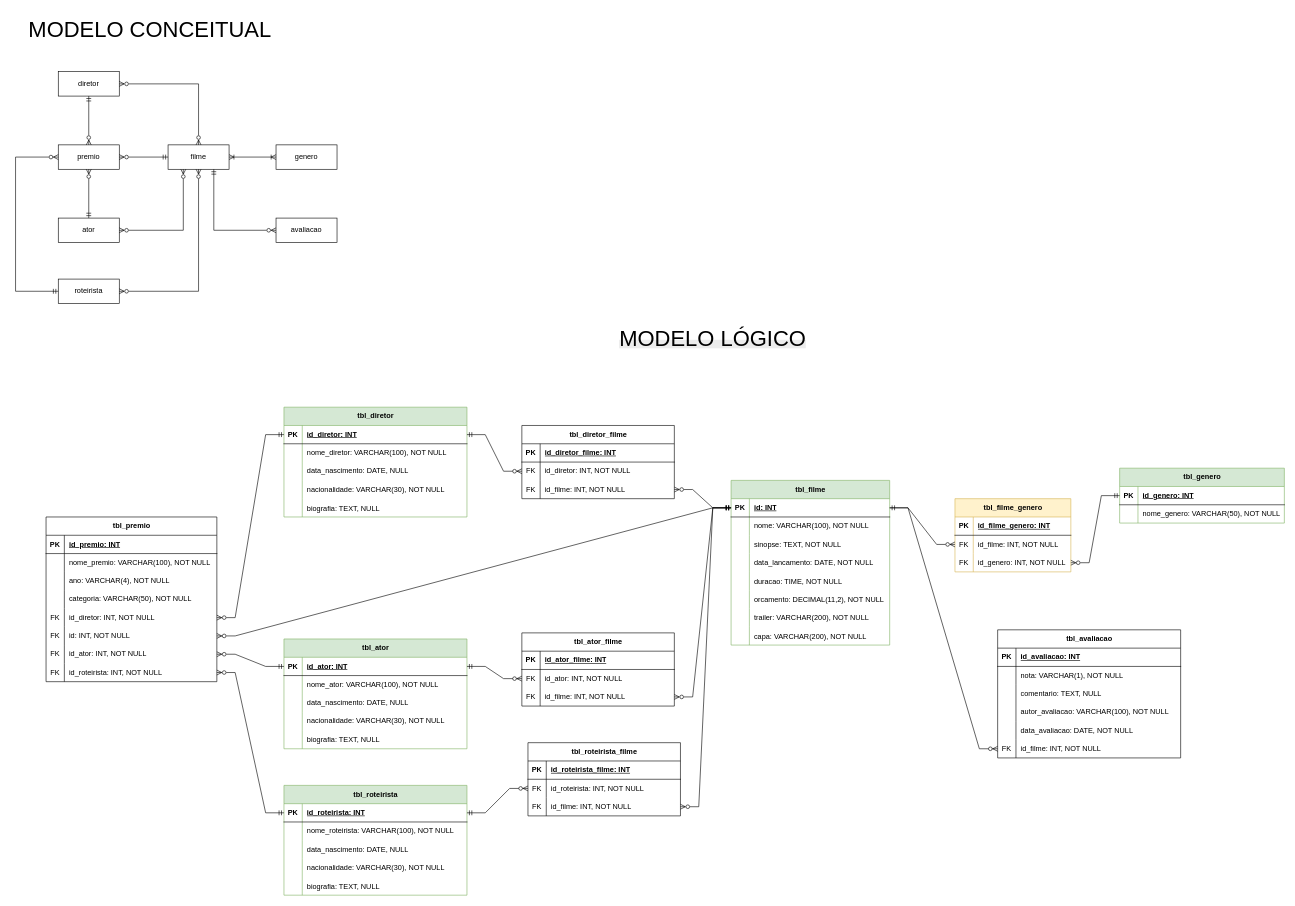
marcelo23vds/api-locadora keeps this draw.io diagram as database/modelagem-db-locadora.drawio. Above is the earlier version. Source tidied: cells renumbered, new cells numbered last; positions are measured from the earlier drawing's top-left corner, leaving out a move shared by most shapes. Both pictures are drawn from the tidied source at 61%, with x=0, y=0 at pixel (15, 10).
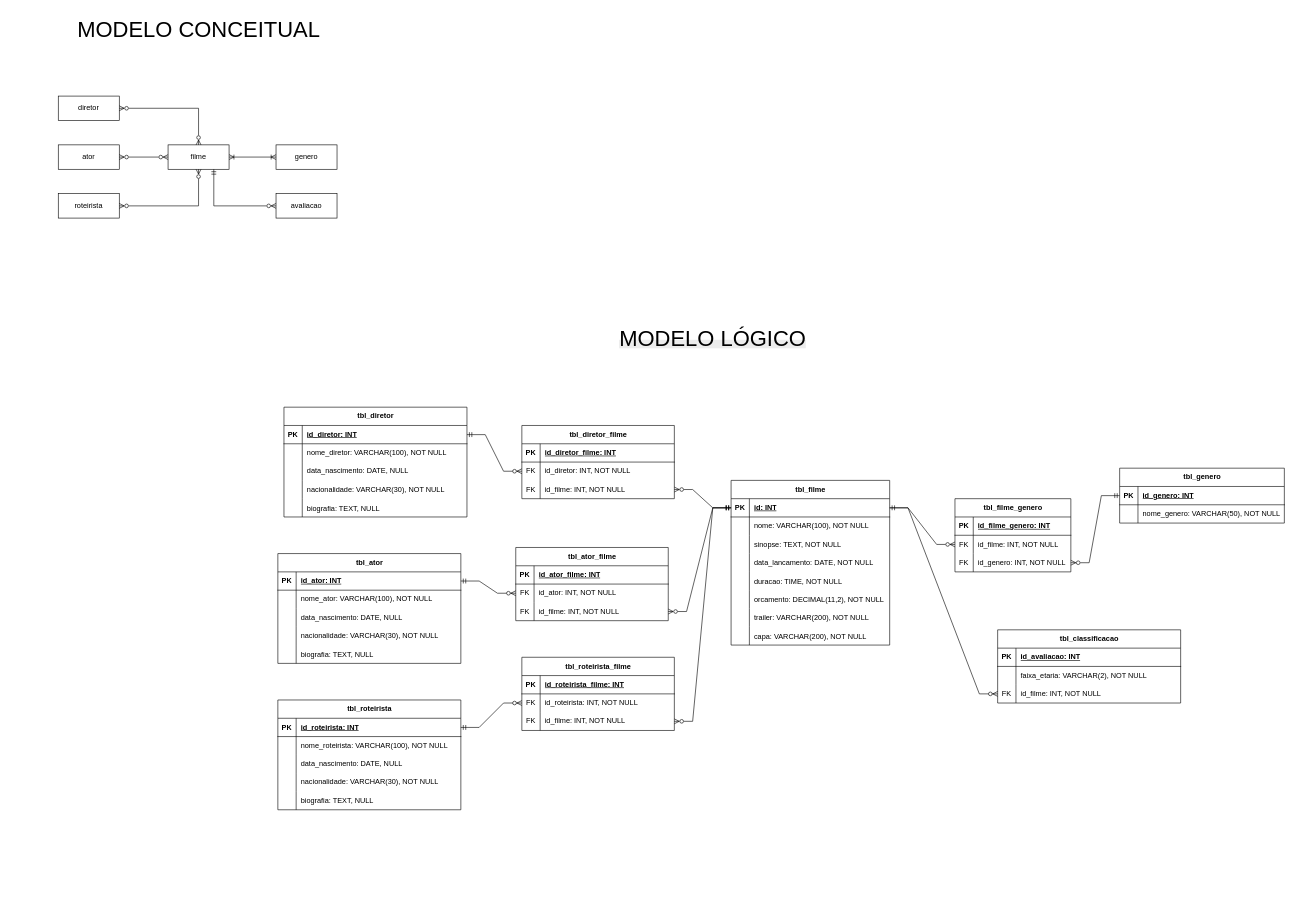
The same diagram, later.

Unchanged cells that the change refers to:
```xml
<mxCell id="2" value="filme" style="whiteSpace=wrap;html=1;align=center;" parent="1" vertex="1">
  <mxGeometry x="250" y="220" width="100" height="40" as="geometry" />
</mxCell>
<mxCell id="14" style="shape=tableRow;horizontal=0;startSize=0;swimlaneHead=0;swimlaneBody=0;fillColor=none;points=[[0,0.5],[1,0.5]];portConstraint=eastwest;top=0;left=0;right=0;bottom=1;" parent="13" vertex="1">
  <mxGeometry y="30" width="260" height="30" as="geometry" />
</mxCell>
<mxCell id="65" style="shape=tableRow;horizontal=0;startSize=0;swimlaneHead=0;swimlaneBody=0;fillColor=none;points=[[0,0.5],[1,0.5]];portConstraint=eastwest;top=0;left=0;right=0;bottom=1;" parent="64" vertex="1">
  <mxGeometry y="30" width="300" height="30" as="geometry" />
</mxCell>
<mxCell id="91" style="shape=tableRow;horizontal=0;startSize=0;swimlaneHead=0;swimlaneBody=0;fillColor=none;top=0;left=0;right=0;bottom=0;" parent="87" vertex="1">
  <mxGeometry y="60" width="300" height="30" as="geometry" />
</mxCell>
<mxCell id="133" style="shape=tableRow;horizontal=0;startSize=0;swimlaneHead=0;swimlaneBody=0;fillColor=none;points=[[0,0.5],[1,0.5]];portConstraint=eastwest;top=0;left=0;right=0;bottom=1;" parent="132" vertex="1">
  <mxGeometry y="30" width="300" height="30" as="geometry" />
</mxCell>
<mxCell id="169" style="shape=tableRow;horizontal=0;startSize=0;swimlaneHead=0;swimlaneBody=0;fillColor=none;points=[[0,0.5],[1,0.5]];portConstraint=eastwest;top=0;left=0;right=0;bottom=1;" parent="168" vertex="1">
  <mxGeometry y="30" width="300" height="30" as="geometry" />
</mxCell>
```

What changed in the source:
```diff
@@
     <mxCell id="3" value="ator" style="whiteSpace=wrap;html=1;align=center;" parent="1" vertex="1">
-      <mxGeometry x="70" y="340" width="100" height="40" as="geometry" />
+      <mxGeometry x="70" y="220" width="100" height="40" as="geometry" />
     </mxCell>
@@
-    <mxCell id="5" value="premio" style="whiteSpace=wrap;html=1;align=center;" parent="1" vertex="1">
-      <mxGeometry x="70" y="220" width="100" height="40" as="geometry" />
-    </mxCell>
     <mxCell id="6" value="avaliacao" style="whiteSpace=wrap;html=1;align=center;" parent="1" vertex="1">
-      <mxGeometry x="427" y="340" width="100" height="40" as="geometry" />
+      <mxGeometry x="427" y="300" width="100" height="40" as="geometry" />
     </mxCell>
-    <mxCell id="7" style="endArrow=ERzeroToMany;html=1;rounded=0;startArrow=ERmandOne;startFill=0;endFill=0;" parent="1" edge="1" source="2" target="5">
-      <mxGeometry relative="1" as="geometry" />
-    </mxCell>
-    <mxCell id="8" style="endArrow=ERmandOne;html=1;rounded=0;startArrow=ERzeroToMany;startFill=0;endFill=0;" parent="1" edge="1" source="5" target="3">
-      <mxGeometry relative="1" as="geometry" />
-    </mxCell>
-    <mxCell id="9" style="endArrow=ERzeroToMany;html=1;rounded=0;startArrow=ERzeroToMany;startFill=0;endFill=0;entryX=0.25;entryY=1;entryDx=0;entryDy=0;" parent="1" edge="1" source="3" target="2">
-      <mxGeometry relative="1" as="geometry">
-        <Array as="points">
-          <mxPoint x="275" y="360" />
-        </Array>
-      </mxGeometry>
+    <mxCell id="9" style="endArrow=ERzeroToMany;html=1;rounded=0;startArrow=ERzeroToMany;startFill=0;endFill=0;" parent="1" edge="1" source="3" target="2">
+      <mxGeometry relative="1" as="geometry" />
     </mxCell>
     <mxCell id="10" style="endArrow=ERzeroToMany;html=1;rounded=0;startArrow=ERmandOne;startFill=0;endFill=0;exitX=0.75;exitY=1;exitDx=0;exitDy=0;" parent="1" edge="1" source="2" target="6">
       <mxGeometry relative="1" as="geometry">
         <Array as="points">
-          <mxPoint x="325" y="360" />
+          <mxPoint x="325" y="320" />
         </Array>
       </mxGeometry>
     </mxCell>
@@
     <mxCell id="12" value="&lt;font style=&quot;font-size: 36px;&quot;&gt;MODELO CONCEITUAL&lt;/font&gt;" style="text;html=1;align=center;verticalAlign=middle;strokeColor=none;fillColor=none;" parent="1" vertex="1">
-      <mxGeometry x="10" width="420" height="60" as="geometry" />
+      <mxGeometry x="90" width="420" height="60" as="geometry" />
     </mxCell>
-    <mxCell id="13" value="tbl_filme" style="shape=table;startSize=30;childLayout=tableLayout;rowLines=0;fontStyle=1;align=center;html=1;fillColor=#d5e8d4;strokeColor=#82b366;" parent="1" vertex="1">
+    <mxCell id="13" value="tbl_filme" style="shape=table;startSize=30;childLayout=tableLayout;rowLines=0;fontStyle=1;align=center;html=1;" parent="1" vertex="1">
       <mxGeometry x="1173" y="770" width="260" height="270" as="geometry" />
     </mxCell>
@@
-    <mxCell id="39" value="tbl_premio" style="shape=table;startSize=30;childLayout=tableLayout;rowLines=0;fontStyle=1;align=center;html=1;" parent="1" vertex="1">
-      <mxGeometry x="50" y="830" width="280" height="270" as="geometry" />
-    </mxCell>
-    <mxCell id="40" style="shape=tableRow;horizontal=0;startSize=0;swimlaneHead=0;swimlaneBody=0;fillColor=none;top=0;left=0;right=0;bottom=1;" parent="39" vertex="1">
-      <mxGeometry y="30" width="280" height="30" as="geometry" />
-    </mxCell>
-    <mxCell id="41" value="PK" style="shape=partialRectangle;fillColor=none;top=0;left=0;bottom=0;right=0;fontStyle=1;overflow=hidden;whiteSpace=wrap;html=1;" parent="40" vertex="1">
-      <mxGeometry width="30" height="30" as="geometry" />
-    </mxCell>
-    <mxCell id="42" value="id_premio: INT" style="shape=partialRectangle;fillColor=none;top=0;left=0;bottom=0;right=0;align=left;spacingLeft=6;fontStyle=5;overflow=hidden;whiteSpace=wrap;html=1;" parent="40" vertex="1">
-      <mxGeometry x="30" width="250" height="30" as="geometry" />
-    </mxCell>
-    <mxCell id="43" style="shape=tableRow;horizontal=0;startSize=0;swimlaneHead=0;swimlaneBody=0;fillColor=none;top=0;left=0;right=0;bottom=0;" parent="39" vertex="1">
-      <mxGeometry y="60" width="280" height="30" as="geometry" />
-    </mxCell>
-    <mxCell id="44" style="shape=partialRectangle;fillColor=none;top=0;left=0;bottom=0;right=0;overflow=hidden;whiteSpace=wrap;html=1;" parent="43" vertex="1">
-      <mxGeometry width="30" height="30" as="geometry" />
-    </mxCell>
-    <mxCell id="45" value="nome_premio: VARCHAR(100), NOT NULL" style="shape=partialRectangle;fillColor=none;top=0;left=0;bottom=0;right=0;align=left;spacingLeft=6;overflow=hidden;whiteSpace=wrap;html=1;" parent="43" vertex="1">
-      <mxGeometry x="30" width="250" height="30" as="geometry" />
-    </mxCell>
-    <mxCell id="46" style="shape=tableRow;horizontal=0;startSize=0;swimlaneHead=0;swimlaneBody=0;fillColor=none;top=0;left=0;right=0;bottom=0;" parent="39" vertex="1">
-      <mxGeometry y="90" width="280" height="30" as="geometry" />
-    </mxCell>
-    <mxCell id="47" style="shape=partialRectangle;fillColor=none;top=0;left=0;bottom=0;right=0;overflow=hidden;whiteSpace=wrap;html=1;" parent="46" vertex="1">
-      <mxGeometry width="30" height="30" as="geometry" />
-    </mxCell>
-    <mxCell id="48" value="ano: VARCHAR(4), NOT NULL" style="shape=partialRectangle;fillColor=none;top=0;left=0;bottom=0;right=0;align=left;spacingLeft=6;overflow=hidden;whiteSpace=wrap;html=1;" parent="46" vertex="1">
-      <mxGeometry x="30" width="250" height="30" as="geometry" />
-    </mxCell>
-    <mxCell id="49" style="shape=tableRow;horizontal=0;startSize=0;swimlaneHead=0;swimlaneBody=0;fillColor=none;top=0;left=0;right=0;bottom=0;" parent="39" vertex="1">
-      <mxGeometry y="120" width="280" height="30" as="geometry" />
-    </mxCell>
-    <mxCell id="50" style="shape=partialRectangle;fillColor=none;top=0;left=0;bottom=0;right=0;overflow=hidden;whiteSpace=wrap;html=1;" parent="49" vertex="1">
-      <mxGeometry width="30" height="30" as="geometry" />
-    </mxCell>
-    <mxCell id="51" value="categoria: VARCHAR(50), NOT NULL" style="shape=partialRectangle;fillColor=none;top=0;left=0;bottom=0;right=0;align=left;spacingLeft=6;overflow=hidden;whiteSpace=wrap;html=1;" parent="49" vertex="1">
-      <mxGeometry x="30" width="250" height="30" as="geometry" />
-    </mxCell>
-    <mxCell id="52" style="shape=tableRow;horizontal=0;startSize=0;swimlaneHead=0;swimlaneBody=0;fillColor=none;points=[[0,0.5],[1,0.5]];portConstraint=eastwest;top=0;left=0;right=0;bottom=0;" parent="39" vertex="1">
-      <mxGeometry y="150" width="280" height="30" as="geometry" />
-    </mxCell>
-    <mxCell id="53" value="FK" style="shape=partialRectangle;fillColor=none;top=0;left=0;bottom=0;right=0;fontStyle=0;overflow=hidden;whiteSpace=wrap;html=1;" parent="52" vertex="1">
-      <mxGeometry width="30" height="30" as="geometry" />
-    </mxCell>
-    <mxCell id="54" value="id_diretor: INT, NOT NULL" style="shape=partialRectangle;fillColor=none;top=0;left=0;bottom=0;right=0;align=left;spacingLeft=6;fontStyle=0;overflow=hidden;whiteSpace=wrap;html=1;" parent="52" vertex="1">
-      <mxGeometry x="30" width="250" height="30" as="geometry" />
-    </mxCell>
-    <mxCell id="55" style="shape=tableRow;horizontal=0;startSize=0;swimlaneHead=0;swimlaneBody=0;fillColor=none;points=[[0,0.5],[1,0.5]];portConstraint=eastwest;top=0;left=0;right=0;bottom=0;" parent="39" vertex="1">
-      <mxGeometry y="180" width="280" height="30" as="geometry" />
-    </mxCell>
-    <mxCell id="56" value="FK" style="shape=partialRectangle;fillColor=none;top=0;left=0;bottom=0;right=0;fontStyle=0;overflow=hidden;whiteSpace=wrap;html=1;" parent="55" vertex="1">
-      <mxGeometry width="30" height="30" as="geometry" />
-    </mxCell>
-    <mxCell id="57" value="id: INT, NOT NULL" style="shape=partialRectangle;fillColor=none;top=0;left=0;bottom=0;right=0;align=left;spacingLeft=6;fontStyle=0;overflow=hidden;whiteSpace=wrap;html=1;" parent="55" vertex="1">
-      <mxGeometry x="30" width="250" height="30" as="geometry" />
-    </mxCell>
-    <mxCell id="58" style="shape=tableRow;horizontal=0;startSize=0;swimlaneHead=0;swimlaneBody=0;fillColor=none;points=[[0,0.5],[1,0.5]];portConstraint=eastwest;top=0;left=0;right=0;bottom=0;" parent="39" vertex="1">
-      <mxGeometry y="210" width="280" height="30" as="geometry" />
-    </mxCell>
-    <mxCell id="59" value="FK" style="shape=partialRectangle;fillColor=none;top=0;left=0;bottom=0;right=0;fontStyle=0;overflow=hidden;whiteSpace=wrap;html=1;" parent="58" vertex="1">
-      <mxGeometry width="30" height="30" as="geometry" />
-    </mxCell>
-    <mxCell id="60" value="id_ator: INT, NOT NULL" style="shape=partialRectangle;fillColor=none;top=0;left=0;bottom=0;right=0;align=left;spacingLeft=6;fontStyle=0;overflow=hidden;whiteSpace=wrap;html=1;" parent="58" vertex="1">
-      <mxGeometry x="30" width="250" height="30" as="geometry" />
-    </mxCell>
-    <mxCell id="61" style="shape=tableRow;horizontal=0;startSize=0;swimlaneHead=0;swimlaneBody=0;fillColor=none;points=[[0,0.5],[1,0.5]];portConstraint=eastwest;top=0;left=0;right=0;bottom=0;" parent="39" vertex="1">
-      <mxGeometry y="240" width="280" height="30" as="geometry" />
-    </mxCell>
-    <mxCell id="62" value="FK" style="shape=partialRectangle;fillColor=none;top=0;left=0;bottom=0;right=0;fontStyle=0;overflow=hidden;whiteSpace=wrap;html=1;" parent="61" vertex="1">
-      <mxGeometry width="30" height="30" as="geometry" />
-    </mxCell>
-    <mxCell id="63" value="id_roteirista: INT, NOT NULL" style="shape=partialRectangle;fillColor=none;top=0;left=0;bottom=0;right=0;align=left;spacingLeft=6;fontStyle=0;overflow=hidden;whiteSpace=wrap;html=1;" parent="61" vertex="1">
-      <mxGeometry x="30" width="250" height="30" as="geometry" />
-    </mxCell>
-    <mxCell id="64" value="tbl_ator" style="shape=table;startSize=30;childLayout=tableLayout;rowLines=0;fontStyle=1;align=center;html=1;fillColor=#d5e8d4;strokeColor=#82b366;" parent="1" vertex="1">
-      <mxGeometry x="440" y="1030" width="300" height="180" as="geometry" />
+    <mxCell id="64" value="tbl_ator" style="shape=table;startSize=30;childLayout=tableLayout;rowLines=0;fontStyle=1;align=center;html=1;" parent="1" vertex="1">
+      <mxGeometry x="430" y="890" width="300" height="180" as="geometry" />
     </mxCell>
@@
-    <mxCell id="80" value="tbl_genero" style="shape=table;startSize=30;childLayout=tableLayout;rowLines=0;fontStyle=1;align=center;html=1;fillColor=#d5e8d4;strokeColor=#82b366;" parent="1" vertex="1">
+    <mxCell id="80" value="tbl_genero" style="shape=table;startSize=30;childLayout=tableLayout;rowLines=0;fontStyle=1;align=center;html=1;" parent="1" vertex="1">
       <mxGeometry x="1810" y="750" width="270" height="90" as="geometry" />
     </mxCell>
@@
-    <mxCell id="87" value="tbl_avaliacao" style="shape=table;startSize=30;childLayout=tableLayout;rowLines=0;fontStyle=1;align=center;html=1;" parent="1" vertex="1">
-      <mxGeometry x="1610" y="1015" width="300" height="210" as="geometry" />
+    <mxCell id="87" value="tbl_classificacao" style="shape=table;startSize=30;childLayout=tableLayout;rowLines=0;fontStyle=1;align=center;html=1;" parent="1" vertex="1">
+      <mxGeometry x="1610" y="1015" width="300" height="120" as="geometry" />
     </mxCell>
@@
-    <mxCell id="93" value="nota: VARCHAR(1), NOT NULL" style="shape=partialRectangle;fillColor=none;top=0;left=0;bottom=0;right=0;align=left;spacingLeft=6;overflow=hidden;whiteSpace=wrap;html=1;" parent="91" vertex="1">
+    <mxCell id="93" value="faixa_etaria: VARCHAR(2), NOT NULL" style="shape=partialRectangle;fillColor=none;top=0;left=0;bottom=0;right=0;align=left;spacingLeft=6;overflow=hidden;whiteSpace=wrap;html=1;" parent="91" vertex="1">
       <mxGeometry x="30" width="270" height="30" as="geometry" />
     </mxCell>
-    <mxCell id="94" style="shape=tableRow;horizontal=0;startSize=0;swimlaneHead=0;swimlaneBody=0;fillColor=none;top=0;left=0;right=0;bottom=0;" parent="87" vertex="1">
-      <mxGeometry y="90" width="300" height="30" as="geometry" />
-    </mxCell>
-    <mxCell id="95" style="shape=partialRectangle;fillColor=none;top=0;left=0;bottom=0;right=0;overflow=hidden;whiteSpace=wrap;html=1;" parent="94" vertex="1">
-      <mxGeometry width="30" height="30" as="geometry" />
-    </mxCell>
-    <mxCell id="96" value="comentario: TEXT, NULL" style="shape=partialRectangle;fillColor=none;top=0;left=0;bottom=0;right=0;align=left;spacingLeft=6;overflow=hidden;whiteSpace=wrap;html=1;" parent="94" vertex="1">
-      <mxGeometry x="30" width="270" height="30" as="geometry" />
-    </mxCell>
-    <mxCell id="97" style="shape=tableRow;horizontal=0;startSize=0;swimlaneHead=0;swimlaneBody=0;fillColor=none;top=0;left=0;right=0;bottom=0;" parent="87" vertex="1">
-      <mxGeometry y="120" width="300" height="30" as="geometry" />
-    </mxCell>
-    <mxCell id="98" style="shape=partialRectangle;fillColor=none;top=0;left=0;bottom=0;right=0;overflow=hidden;whiteSpace=wrap;html=1;" parent="97" vertex="1">
-      <mxGeometry width="30" height="30" as="geometry" />
-    </mxCell>
-    <mxCell id="99" value="autor_avaliacao: VARCHAR(100), NOT NULL" style="shape=partialRectangle;fillColor=none;top=0;left=0;bottom=0;right=0;align=left;spacingLeft=6;overflow=hidden;whiteSpace=wrap;html=1;" parent="97" vertex="1">
-      <mxGeometry x="30" width="270" height="30" as="geometry" />
-    </mxCell>
-    <mxCell id="100" style="shape=tableRow;horizontal=0;startSize=0;swimlaneHead=0;swimlaneBody=0;fillColor=none;top=0;left=0;right=0;bottom=0;" parent="87" vertex="1">
-      <mxGeometry y="150" width="300" height="30" as="geometry" />
-    </mxCell>
-    <mxCell id="101" style="shape=partialRectangle;fillColor=none;top=0;left=0;bottom=0;right=0;overflow=hidden;" parent="100" vertex="1">
-      <mxGeometry width="30" height="30" as="geometry" />
-    </mxCell>
-    <mxCell id="102" value="data_avaliacao: DATE, NOT NULL" style="shape=partialRectangle;fillColor=none;top=0;left=0;bottom=0;right=0;align=left;spacingLeft=6;overflow=hidden;" parent="100" vertex="1">
-      <mxGeometry x="30" width="270" height="30" as="geometry" />
-    </mxCell>
     <mxCell id="103" style="shape=tableRow;horizontal=0;startSize=0;swimlaneHead=0;swimlaneBody=0;fillColor=none;points=[[0,0.5],[1,0.5]];portConstraint=eastwest;top=0;left=0;right=0;bottom=0;" parent="87" vertex="1">
-      <mxGeometry y="180" width="300" height="30" as="geometry" />
+      <mxGeometry y="90" width="300" height="30" as="geometry" />
     </mxCell>
@@
     <mxCell id="106" value="tbl_ator_filme" style="shape=table;startSize=30;childLayout=tableLayout;rowLines=0;fontStyle=1;align=center;html=1;" parent="1" vertex="1">
-      <mxGeometry x="830" y="1020" width="250" height="120" as="geometry" />
+      <mxGeometry x="820" y="880" width="250" height="120" as="geometry" />
     </mxCell>
@@
-    <mxCell id="116" value="tbl_filme_genero" style="shape=table;startSize=30;childLayout=tableLayout;rowLines=0;fontStyle=1;align=center;html=1;fillColor=#fff2cc;strokeColor=#d6b656;" parent="1" vertex="1">
+    <mxCell id="116" value="tbl_filme_genero" style="shape=table;startSize=30;childLayout=tableLayout;rowLines=0;fontStyle=1;align=center;html=1;" parent="1" vertex="1">
       <mxGeometry x="1540" y="800" width="190" height="120" as="geometry" />
     </mxCell>
@@
-    <mxCell id="126" style="edgeStyle=entityRelationEdgeStyle;fontSize=12;html=1;endArrow=ERmandOne;endFill=0;rounded=0;startArrow=ERzeroToMany;startFill=0;" parent="1" edge="1" source="55" target="14">
-      <mxGeometry relative="1" as="geometry" />
-    </mxCell>
@@
     <mxCell id="129" value="diretor" style="whiteSpace=wrap;html=1;align=center;" parent="1" vertex="1">
-      <mxGeometry x="70" y="100" width="100" height="40" as="geometry" />
+      <mxGeometry x="70" y="140" width="100" height="40" as="geometry" />
     </mxCell>
-    <mxCell id="130" style="endArrow=ERzeroToMany;html=1;rounded=0;startArrow=ERmandOne;startFill=0;endFill=0;" parent="1" edge="1" source="129" target="5">
-      <mxGeometry relative="1" as="geometry" />
-    </mxCell>
     <mxCell id="131" style="endArrow=ERzeroToMany;html=1;rounded=0;startArrow=ERzeroToMany;startFill=0;endFill=0;" parent="1" edge="1" source="129" target="2">
       <mxGeometry relative="1" as="geometry">
         <Array as="points">
-          <mxPoint x="300" y="120" />
+          <mxPoint x="300" y="160" />
         </Array>
       </mxGeometry>
     </mxCell>
-    <mxCell id="132" value="tbl_diretor" style="shape=table;startSize=30;childLayout=tableLayout;rowLines=0;fontStyle=1;align=center;html=1;fillColor=#d5e8d4;strokeColor=#82b366;" parent="1" vertex="1">
+    <mxCell id="132" value="tbl_diretor" style="shape=table;startSize=30;childLayout=tableLayout;rowLines=0;fontStyle=1;align=center;html=1;" parent="1" vertex="1">
       <mxGeometry x="440" y="650" width="300" height="180" as="geometry" />
     </mxCell>
@@
-    <mxCell id="158" style="edgeStyle=entityRelationEdgeStyle;fontSize=12;html=1;endArrow=ERmandOne;endFill=0;rounded=0;startArrow=ERzeroToMany;startFill=0;" parent="1" edge="1" source="52" target="133">
-      <mxGeometry relative="1" as="geometry" />
-    </mxCell>
-    <mxCell id="159" style="edgeStyle=entityRelationEdgeStyle;fontSize=12;html=1;endArrow=ERmandOne;endFill=0;rounded=0;startArrow=ERzeroToMany;startFill=0;" parent="1" edge="1" source="58" target="65">
-      <mxGeometry relative="1" as="geometry" />
-    </mxCell>
@@
     <mxCell id="165" value="roteirista" style="whiteSpace=wrap;html=1;align=center;" parent="1" vertex="1">
-      <mxGeometry x="70" y="440" width="100" height="40" as="geometry" />
+      <mxGeometry x="70" y="300" width="100" height="40" as="geometry" />
     </mxCell>
     <mxCell id="166" style="endArrow=ERzeroToMany;html=1;rounded=0;startArrow=ERzeroToMany;startFill=0;endFill=0;" parent="1" edge="1" source="165" target="2">
       <mxGeometry relative="1" as="geometry">
         <Array as="points">
-          <mxPoint x="300" y="460" />
+          <mxPoint x="300" y="320" />
         </Array>
       </mxGeometry>
     </mxCell>
-    <mxCell id="167" style="endArrow=ERzeroToMany;html=1;rounded=0;endFill=0;startArrow=ERmandOne;startFill=0;" parent="1" edge="1" source="165" target="5">
-      <mxGeometry relative="1" as="geometry">
-        <Array as="points">
-          <mxPoint y="460" />
-          <mxPoint y="240" />
-        </Array>
-      </mxGeometry>
-    </mxCell>
-    <mxCell id="168" value="tbl_roteirista" style="shape=table;startSize=30;childLayout=tableLayout;rowLines=0;fontStyle=1;align=center;html=1;fillColor=#d5e8d4;strokeColor=#82b366;" parent="1" vertex="1">
-      <mxGeometry x="440" y="1270" width="300" height="180" as="geometry" />
+    <mxCell id="168" value="tbl_roteirista" style="shape=table;startSize=30;childLayout=tableLayout;rowLines=0;fontStyle=1;align=center;html=1;" parent="1" vertex="1">
+      <mxGeometry x="430" y="1130" width="300" height="180" as="geometry" />
     </mxCell>
@@
-    <mxCell id="184" style="edgeStyle=entityRelationEdgeStyle;fontSize=12;html=1;endArrow=ERmandOne;endFill=0;rounded=0;startArrow=ERzeroToMany;startFill=0;" parent="1" edge="1" source="61" target="169">
-      <mxGeometry relative="1" as="geometry" />
-    </mxCell>
@@
     <mxCell id="186" value="tbl_roteirista_filme" style="shape=table;startSize=30;childLayout=tableLayout;rowLines=0;fontStyle=1;align=center;html=1;" parent="1" vertex="1">
-      <mxGeometry x="840" y="1200" width="250" height="120" as="geometry" />
+      <mxGeometry x="830" y="1060" width="250" height="120" as="geometry" />
     </mxCell>
```
